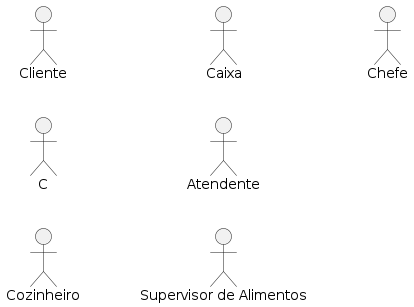
Earlier version of the PlantUML export banco.png (uguilherme/EngenhariaI2023).
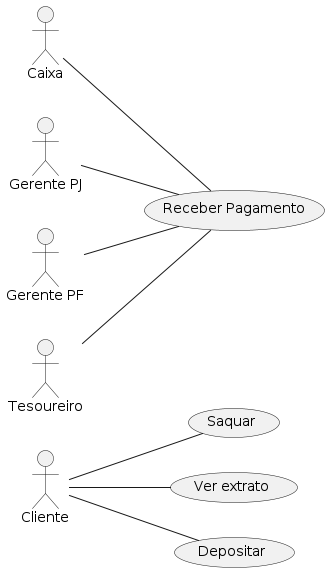
After the change.

Change to the diagram source:
```diff
@@ -1,15 +1,24 @@
 @startuml
 
 left to right direction
-actor Cliente as c
+actor Cliente as cl
 
-    actor C as g
-    actor Cozinheiro as co
-    actor Caixa as cx
-    actor Atendente as at
-    actor "Supervisor de Alimentos" as sa
-    actor Chefe as ch
+    actor Caixa as ca
+    actor "Gerente PJ" as gj
+    actor "Gerente PF" as gp
+    actor Tesoureiro as ts
 
+    usecase "Receber Pagamento" as rp
+    usecase "Saquar" as sq
+    usecase "Ver extrato" as vs
+    usecase "Depositar" as dp
 
+    cl -- vs
+    cl -- dp
+    cl -- sq
+    ca -- rp
+    gj -- rp
+    gp -- rp
+    ts -- rp
 
 @enduml
```
